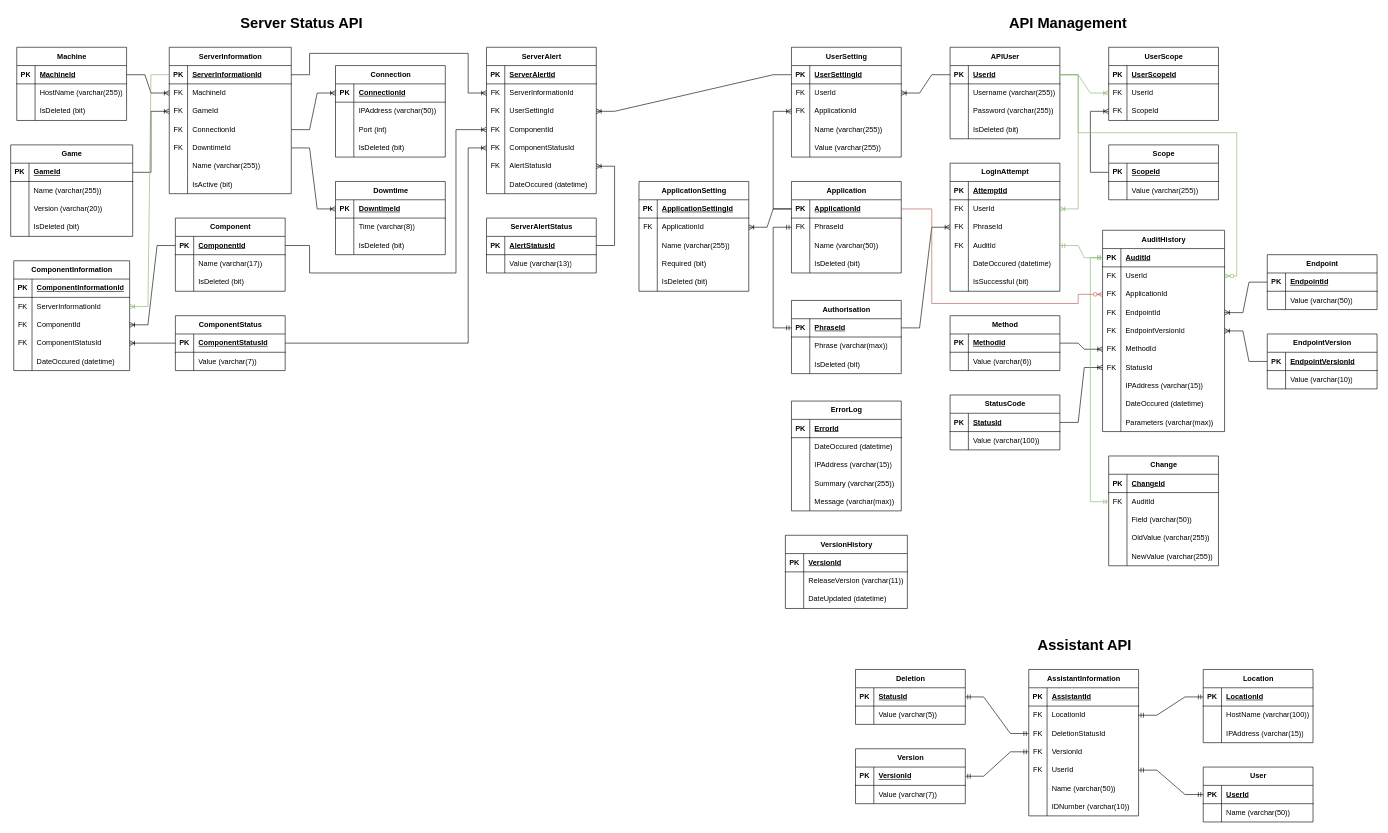
LegendarySpork9/Hunter-Industries-API keeps this draw.io diagram as Database ERD.drawio. Above is the earlier version. Source tidied: cells renumbered, new cells numbered last; positions are measured from the earlier drawing's top-left corner, leaving out a move shared by most shapes. Both pictures are drawn from the tidied source at 61%, with x=0, y=0 at pixel (10, 10).
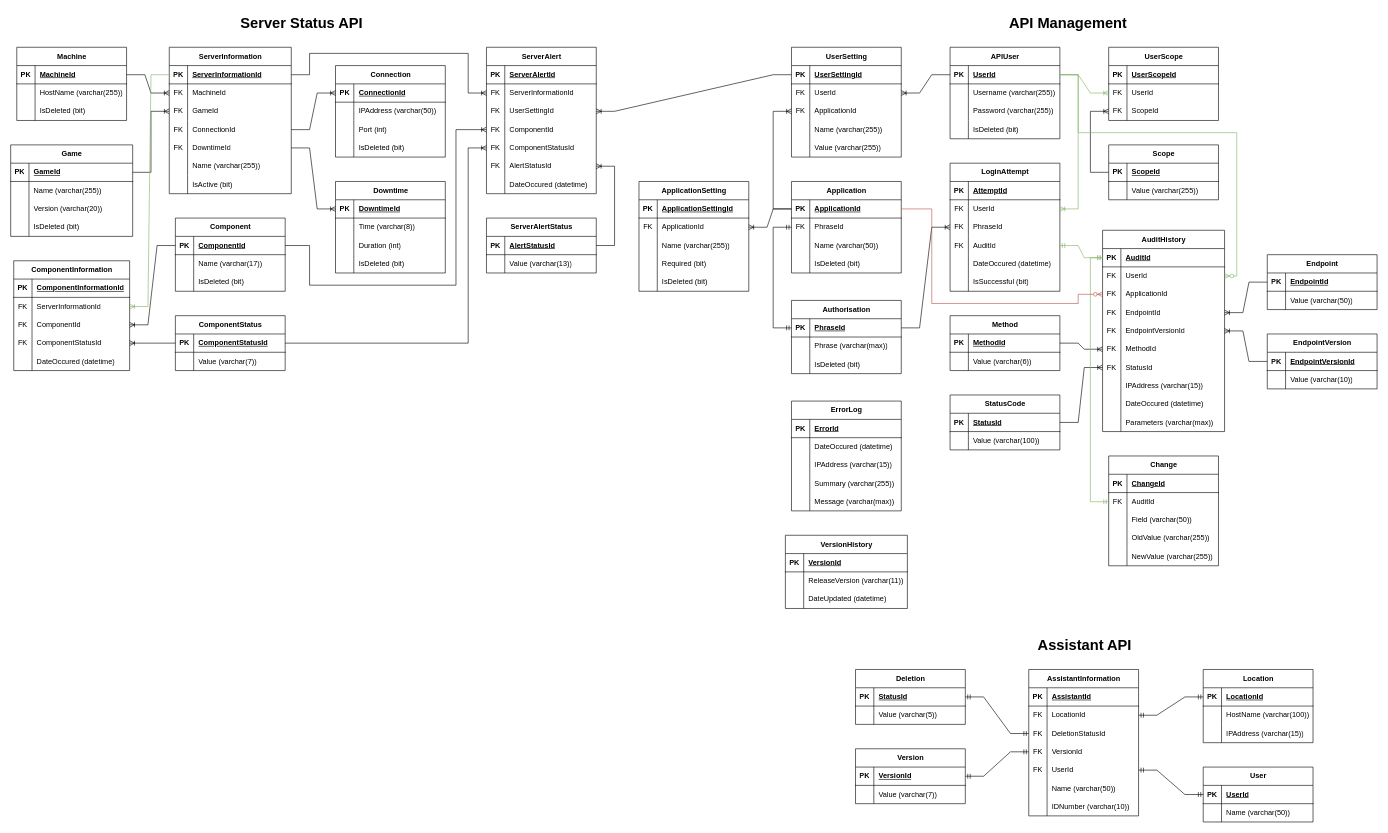
Above is the later version.

The change refers to these unchanged cells:
```xml
<mxCell id="305" style="shape=tableRow;horizontal=0;startSize=0;swimlaneHead=0;swimlaneBody=0;fillColor=none;points=[[0,0.5],[1,0.5]];portConstraint=eastwest;top=0;left=0;right=0;bottom=1;" parent="304" vertex="1">
  <mxGeometry y="30" width="180" height="30" as="geometry" />
</mxCell>
<mxCell id="333" style="shape=tableRow;horizontal=0;startSize=0;swimlaneHead=0;swimlaneBody=0;fillColor=none;points=[[0,0.5],[1,0.5]];portConstraint=eastwest;top=0;left=0;right=0;bottom=0;" parent="323" vertex="1">
  <mxGeometry y="120" width="180" height="30" as="geometry" />
</mxCell>
```

Diff of the diagram source:
```diff
@@
     <mxCell id="358" style="edgeStyle=orthogonalEdgeStyle;fontSize=12;html=1;endArrow=ERoneToMany;rounded=0;entryX=0;entryY=0.5;entryDx=0;entryDy=0;exitX=1;exitY=0.5;exitDx=0;exitDy=0;" parent="1" edge="1" source="305" target="333">
       <mxGeometry relative="1" as="geometry">
         <Array as="points">
           <mxPoint x="490" y="385" />
-          <mxPoint x="490" y="430" />
-          <mxPoint x="730" y="430" />
+          <mxPoint x="490" y="450" />
+          <mxPoint x="730" y="450" />
           <mxPoint x="730" y="195" />
         </Array>
       </mxGeometry>
     </mxCell>
@@
     <mxCell id="377" value="Downtime" style="shape=table;startSize=30;childLayout=tableLayout;rowLines=0;fontStyle=1;align=center;html=1;" parent="1" vertex="1">
-      <mxGeometry x="532.5" y="280" width="180" height="120" as="geometry" />
+      <mxGeometry x="532.5" y="280" width="180" height="150" as="geometry" />
     </mxCell>
@@
+    <mxCell id="425" style="shape=tableRow;horizontal=0;startSize=0;swimlaneHead=0;swimlaneBody=0;fillColor=none;top=0;left=0;right=0;bottom=0;" parent="377" vertex="1">
+      <mxGeometry y="90" width="180" height="30" as="geometry" />
+    </mxCell>
+    <mxCell id="426" style="shape=partialRectangle;fillColor=none;top=0;left=0;bottom=0;right=0;overflow=hidden;whiteSpace=wrap;html=1;" parent="425" vertex="1">
+      <mxGeometry width="30" height="30" as="geometry" />
+    </mxCell>
+    <mxCell id="427" value="Duration (int)" style="shape=partialRectangle;fillColor=none;top=0;left=0;bottom=0;right=0;align=left;spacingLeft=6;overflow=hidden;whiteSpace=wrap;html=1;" parent="425" vertex="1">
+      <mxGeometry x="30" width="150" height="30" as="geometry" />
+    </mxCell>
     <mxCell id="384" style="shape=tableRow;horizontal=0;startSize=0;swimlaneHead=0;swimlaneBody=0;fillColor=none;top=0;left=0;right=0;bottom=0;" parent="377" vertex="1">
-      <mxGeometry y="90" width="180" height="30" as="geometry" />
+      <mxGeometry y="120" width="180" height="30" as="geometry" />
     </mxCell>
```
